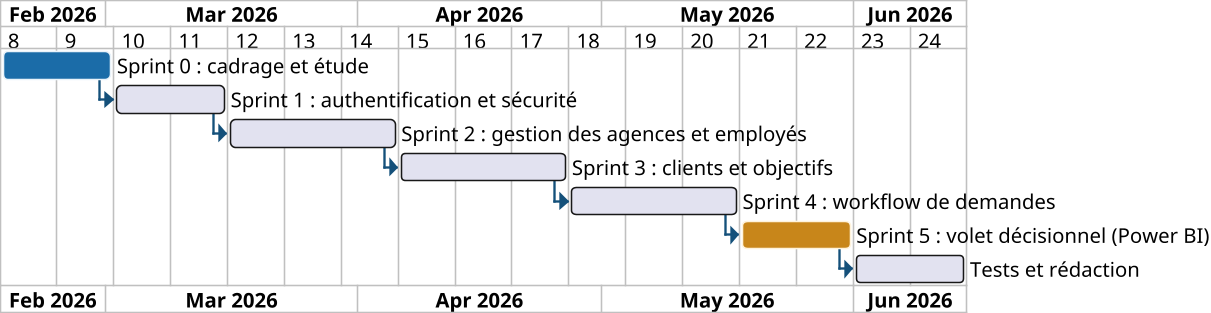
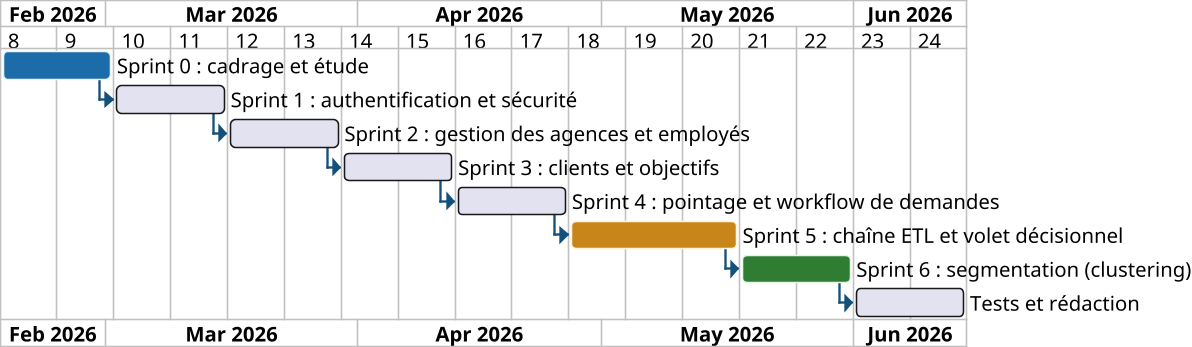
@startgantt

skinparam dpi 150
skinparam shadowing false
skinparam DefaultFontName Arial
skinparam DefaultFontSize 13
skinparam ArrowColor #14507A
skinparam roundCorner 6

printscale weekly
Project starts 2026-02-16
[Sprint 0 : cadrage et étude] as [S0] lasts 2 weeks
[S0] is colored in #1B6CA8/#EAF3FA
[Sprint 1 : authentification et sécurité] as [S1] lasts 2 weeks
[S1] starts at [S0]'s end
- [Sprint 2 : gestion des agences et employés] as [S2] lasts 3 weeks
+ [Sprint 2 : gestion des agences et employés] as [S2] lasts 2 weeks
[S2] starts at [S1]'s end
- [Sprint 3 : clients et objectifs] as [S3] lasts 3 weeks
+ [Sprint 3 : clients et objectifs] as [S3] lasts 2 weeks
[S3] starts at [S2]'s end
- [Sprint 4 : workflow de demandes] as [S4] lasts 3 weeks
+ [Sprint 4 : pointage et workflow de demandes] as [S4] lasts 2 weeks
[S4] starts at [S3]'s end
- [Sprint 5 : volet décisionnel (Power BI)] as [S5] lasts 2 weeks
+ [Sprint 5 : chaîne ETL et volet décisionnel] as [S5] lasts 3 weeks
[S5] starts at [S4]'s end
[S5] is colored in #C8861A/#FFF3DC
- [Tests et rédaction] as [S6] lasts 2 weeks
+ [Sprint 6 : segmentation (clustering)] as [S6] lasts 2 weeks
[S6] starts at [S5]'s end
+ [S6] is colored in #2E7D32/#E8F5E9
+ [Tests et rédaction] as [S7] lasts 2 weeks
+ [S7] starts at [S6]'s end
@endgantt
